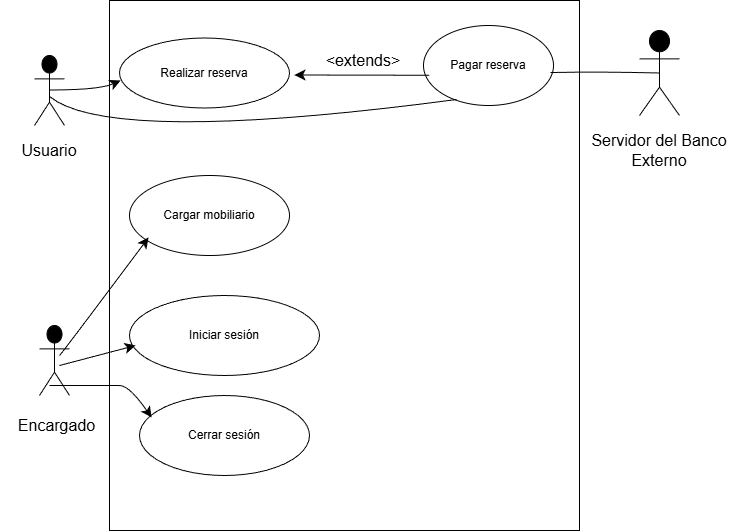
Earlier version of the draw.io export Resoluciones/Practica3/Diagramas CU/Ej1.png (FerreiraEnzo/INGE-1). Source tidied: cells renumbered, new cells last; positions are measured from the earlier drawing's top-left corner, leaving out a move shared by most shapes.
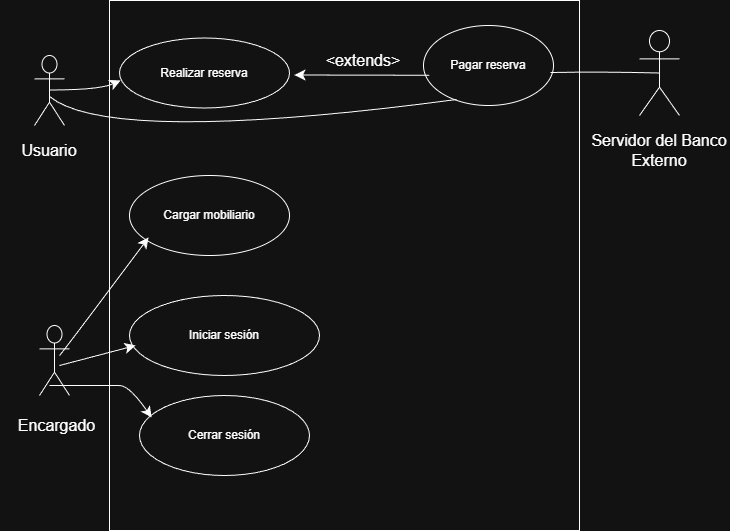
Later version of the same file.

Diff of the diagram source:
```diff
@@ -2,25 +2,25 @@
   <root>
     <mxCell id="0" />
     <mxCell id="1" parent="0" />
-    <mxCell id="2" style="whiteSpace=wrap;html=1;direction=south;" parent="1" vertex="1">
+    <mxCell id="2" style="whiteSpace=wrap;html=1;direction=south;labelBackgroundColor=none;" parent="1" vertex="1">
       <mxGeometry x="100" width="470" height="530" as="geometry" />
     </mxCell>
-    <mxCell id="3" value="Realizar reserva" style="ellipse;whiteSpace=wrap;html=1;" parent="1" vertex="1">
+    <mxCell id="3" value="Realizar reserva" style="ellipse;whiteSpace=wrap;html=1;labelBackgroundColor=none;" parent="1" vertex="1">
       <mxGeometry x="110" y="37.5" width="170" height="70" as="geometry" />
     </mxCell>
-    <mxCell id="4" value="Pagar reserva" style="ellipse;whiteSpace=wrap;html=1;" parent="1" vertex="1">
+    <mxCell id="4" value="Pagar reserva" style="ellipse;whiteSpace=wrap;html=1;labelBackgroundColor=none;" parent="1" vertex="1">
       <mxGeometry x="414" y="25" width="130" height="80" as="geometry" />
     </mxCell>
-    <mxCell id="5" value="Cargar mobiliario" style="ellipse;whiteSpace=wrap;html=1;" parent="1" vertex="1">
+    <mxCell id="5" value="Cargar mobiliario" style="ellipse;whiteSpace=wrap;html=1;labelBackgroundColor=none;" parent="1" vertex="1">
       <mxGeometry x="120" y="175" width="160" height="80" as="geometry" />
     </mxCell>
-    <mxCell id="6" value="Iniciar sesión" style="ellipse;whiteSpace=wrap;html=1;" parent="1" vertex="1">
+    <mxCell id="6" value="Iniciar sesión" style="ellipse;whiteSpace=wrap;html=1;labelBackgroundColor=none;" parent="1" vertex="1">
       <mxGeometry x="120" y="295" width="190" height="80" as="geometry" />
     </mxCell>
-    <mxCell id="7" value="Cerrar sesión" style="ellipse;whiteSpace=wrap;html=1;" parent="1" vertex="1">
+    <mxCell id="7" value="Cerrar sesión" style="ellipse;whiteSpace=wrap;html=1;labelBackgroundColor=none;" parent="1" vertex="1">
       <mxGeometry x="130" y="395" width="170" height="80" as="geometry" />
     </mxCell>
-    <mxCell id="8" style="edgeStyle=none;orthogonalLoop=1;jettySize=auto;html=1;rounded=0;fontSize=12;startSize=8;endSize=8;curved=1;" parent="1" edge="1">
+    <mxCell id="8" style="edgeStyle=none;orthogonalLoop=1;jettySize=auto;html=1;rounded=0;fontSize=12;startSize=8;endSize=8;curved=1;labelBackgroundColor=none;fontColor=default;" parent="1" edge="1">
       <mxGeometry relative="1" as="geometry">
         <mxPoint x="285" y="74.5" as="sourcePoint" />
         <mxPoint x="285" y="74.5" as="targetPoint" />
@@ -29,31 +29,31 @@
         </Array>
       </mxGeometry>
     </mxCell>
-    <mxCell id="9" value="&amp;lt;extends&amp;gt;" style="text;strokeColor=none;fillColor=none;html=1;align=center;verticalAlign=middle;whiteSpace=wrap;rounded=0;fontSize=16;" parent="1" vertex="1">
+    <mxCell id="9" value="&amp;lt;extends&amp;gt;" style="text;strokeColor=none;fillColor=none;html=1;align=center;verticalAlign=middle;whiteSpace=wrap;rounded=0;fontSize=16;labelBackgroundColor=none;" parent="1" vertex="1">
       <mxGeometry x="294" y="45" width="120" height="30" as="geometry" />
     </mxCell>
-    <mxCell id="10" style="shape=umlActor;fillColor=#000000;strokeColor=#000000;" parent="1" vertex="1">
+    <mxCell id="10" style="shape=umlActor;labelBackgroundColor=none;" parent="1" vertex="1">
       <mxGeometry x="25" y="55" width="30" height="70" as="geometry" />
     </mxCell>
-    <mxCell id="11" style="shape=umlActor;fillColor=#000000;strokeColor=#000000;" parent="1" vertex="1">
+    <mxCell id="11" style="shape=umlActor;labelBackgroundColor=none;" parent="1" vertex="1">
       <mxGeometry x="30" y="325" width="30" height="70" as="geometry" />
     </mxCell>
-    <mxCell id="12" style="shape=umlActor;fillColor=#000000;strokeColor=#000000;" parent="1" vertex="1">
+    <mxCell id="12" style="shape=umlActor;labelBackgroundColor=none;" parent="1" vertex="1">
       <mxGeometry x="630" y="30" width="40" height="85" as="geometry" />
     </mxCell>
-    <mxCell id="13" style="edgeStyle=none;curved=1;rounded=0;orthogonalLoop=1;jettySize=auto;html=1;exitX=0;exitY=0.5;exitDx=0;exitDy=0;fontSize=12;startSize=8;endSize=8;" parent="1" edge="1">
+    <mxCell id="13" style="edgeStyle=none;curved=1;rounded=0;orthogonalLoop=1;jettySize=auto;html=1;exitX=0;exitY=0.5;exitDx=0;exitDy=0;fontSize=12;startSize=8;endSize=8;labelBackgroundColor=none;fontColor=default;" parent="1" edge="1">
       <mxGeometry relative="1" as="geometry">
         <mxPoint y="150" as="sourcePoint" />
         <mxPoint y="150" as="targetPoint" />
       </mxGeometry>
     </mxCell>
-    <mxCell id="14" value="Encargado" style="text;html=1;whiteSpace=wrap;strokeColor=none;fillColor=none;align=center;verticalAlign=middle;rounded=0;fontSize=16;" parent="1" vertex="1">
+    <mxCell id="14" value="Encargado" style="text;html=1;whiteSpace=wrap;strokeColor=none;fillColor=none;align=center;verticalAlign=middle;rounded=0;fontSize=16;labelBackgroundColor=none;" parent="1" vertex="1">
       <mxGeometry x="25" y="415" width="45" height="20" as="geometry" />
     </mxCell>
-    <mxCell id="15" value="Usuario" style="text;html=1;whiteSpace=wrap;strokeColor=none;fillColor=none;align=center;verticalAlign=middle;rounded=0;fontSize=16;" parent="1" vertex="1">
+    <mxCell id="15" value="Usuario" style="text;html=1;whiteSpace=wrap;strokeColor=none;fillColor=none;align=center;verticalAlign=middle;rounded=0;fontSize=16;labelBackgroundColor=none;" parent="1" vertex="1">
       <mxGeometry x="10" y="135" width="60" height="30" as="geometry" />
     </mxCell>
-    <mxCell id="16" style="edgeStyle=none;jettySize=auto;html=1;rounded=0;fontSize=12;startSize=8;endSize=8;curved=1;entryX=0.006;entryY=0.607;entryDx=0;entryDy=0;entryPerimeter=0;" parent="1" edge="1" target="3">
+    <mxCell id="16" style="edgeStyle=none;jettySize=auto;html=1;rounded=0;fontSize=12;startSize=8;endSize=8;curved=1;entryX=0.006;entryY=0.607;entryDx=0;entryDy=0;entryPerimeter=0;labelBackgroundColor=none;fontColor=default;" parent="1" edge="1" target="3">
       <mxGeometry relative="1" as="geometry">
         <mxPoint x="40" y="89.5" as="sourcePoint" />
         <Array as="points">
@@ -61,12 +61,12 @@
         </Array>
       </mxGeometry>
     </mxCell>
-    <mxCell id="17" style="edgeStyle=none;jettySize=auto;html=1;rounded=0;fontSize=12;startSize=8;endSize=8;curved=1;entryX=0.032;entryY=0.625;entryDx=0;entryDy=0;entryPerimeter=0;" parent="1" edge="1" target="6">
+    <mxCell id="17" style="edgeStyle=none;jettySize=auto;html=1;rounded=0;fontSize=12;startSize=8;endSize=8;curved=1;entryX=0.032;entryY=0.625;entryDx=0;entryDy=0;entryPerimeter=0;labelBackgroundColor=none;fontColor=default;" parent="1" edge="1" target="6">
       <mxGeometry relative="1" as="geometry">
         <mxPoint x="50" y="365" as="sourcePoint" />
       </mxGeometry>
     </mxCell>
-    <mxCell id="18" style="edgeStyle=none;jettySize=auto;html=1;rounded=0;fontSize=12;startSize=8;endSize=8;curved=1;entryX=0.071;entryY=0.275;entryDx=0;entryDy=0;entryPerimeter=0;" parent="1" edge="1" target="7">
+    <mxCell id="18" style="edgeStyle=none;jettySize=auto;html=1;rounded=0;fontSize=12;startSize=8;endSize=8;curved=1;entryX=0.071;entryY=0.275;entryDx=0;entryDy=0;entryPerimeter=0;labelBackgroundColor=none;fontColor=default;" parent="1" edge="1" target="7">
       <mxGeometry relative="1" as="geometry">
         <mxPoint x="40" y="385" as="sourcePoint" />
         <Array as="points">
@@ -75,17 +75,17 @@
         </Array>
       </mxGeometry>
     </mxCell>
-    <mxCell id="19" value="Servidor del Banco Externo" style="text;html=1;whiteSpace=wrap;strokeColor=none;fillColor=none;align=center;verticalAlign=middle;rounded=0;fontSize=16;" parent="1" vertex="1">
+    <mxCell id="19" value="Servidor del Banco Externo" style="text;html=1;whiteSpace=wrap;strokeColor=none;fillColor=none;align=center;verticalAlign=middle;rounded=0;fontSize=16;labelBackgroundColor=none;" parent="1" vertex="1">
       <mxGeometry x="580" y="135" width="140" height="30" as="geometry" />
     </mxCell>
-    <mxCell id="20" style="curved=1;startArrow=none;endArrow=none;entryX=0.5;entryY=0.5;rounded=0;entryDx=0;entryDy=0;entryPerimeter=0;exitX=0.977;exitY=0.588;exitDx=0;exitDy=0;exitPerimeter=0;" parent="1" edge="1" source="4" target="12">
+    <mxCell id="20" style="curved=1;startArrow=none;endArrow=none;entryX=0.5;entryY=0.5;rounded=0;entryDx=0;entryDy=0;entryPerimeter=0;exitX=0.977;exitY=0.588;exitDx=0;exitDy=0;exitPerimeter=0;labelBackgroundColor=none;fontColor=default;" parent="1" edge="1" source="4" target="12">
       <mxGeometry relative="1" as="geometry">
         <Array as="points">
           <mxPoint x="590.5" y="71" />
         </Array>
       </mxGeometry>
     </mxCell>
-    <mxCell id="21" style="curved=1;startArrow=none;endArrow=none;rounded=0;exitX=0.977;exitY=0.588;exitDx=0;exitDy=0;exitPerimeter=0;entryX=0.254;entryY=0.925;entryDx=0;entryDy=0;entryPerimeter=0;" parent="1" edge="1" target="4">
+    <mxCell id="21" style="curved=1;startArrow=none;endArrow=none;rounded=0;exitX=0.977;exitY=0.588;exitDx=0;exitDy=0;exitPerimeter=0;entryX=0.254;entryY=0.925;entryDx=0;entryDy=0;entryPerimeter=0;labelBackgroundColor=none;fontColor=default;" parent="1" edge="1" target="4">
       <mxGeometry relative="1" as="geometry">
         <mxPoint x="40" y="96" as="sourcePoint" />
         <Array as="points">
@@ -93,7 +93,7 @@
         </Array>
       </mxGeometry>
     </mxCell>
-    <mxCell id="22" style="edgeStyle=none;jettySize=auto;html=1;rounded=0;fontSize=12;startSize=8;endSize=8;curved=1;entryX=0.119;entryY=0.775;entryDx=0;entryDy=0;entryPerimeter=0;" parent="1" edge="1" target="5">
+    <mxCell id="22" style="edgeStyle=none;jettySize=auto;html=1;rounded=0;fontSize=12;startSize=8;endSize=8;curved=1;entryX=0.119;entryY=0.775;entryDx=0;entryDy=0;entryPerimeter=0;labelBackgroundColor=none;fontColor=default;" parent="1" edge="1" target="5">
       <mxGeometry relative="1" as="geometry">
         <mxPoint x="50" y="355" as="sourcePoint" />
         <Array as="points">
```
